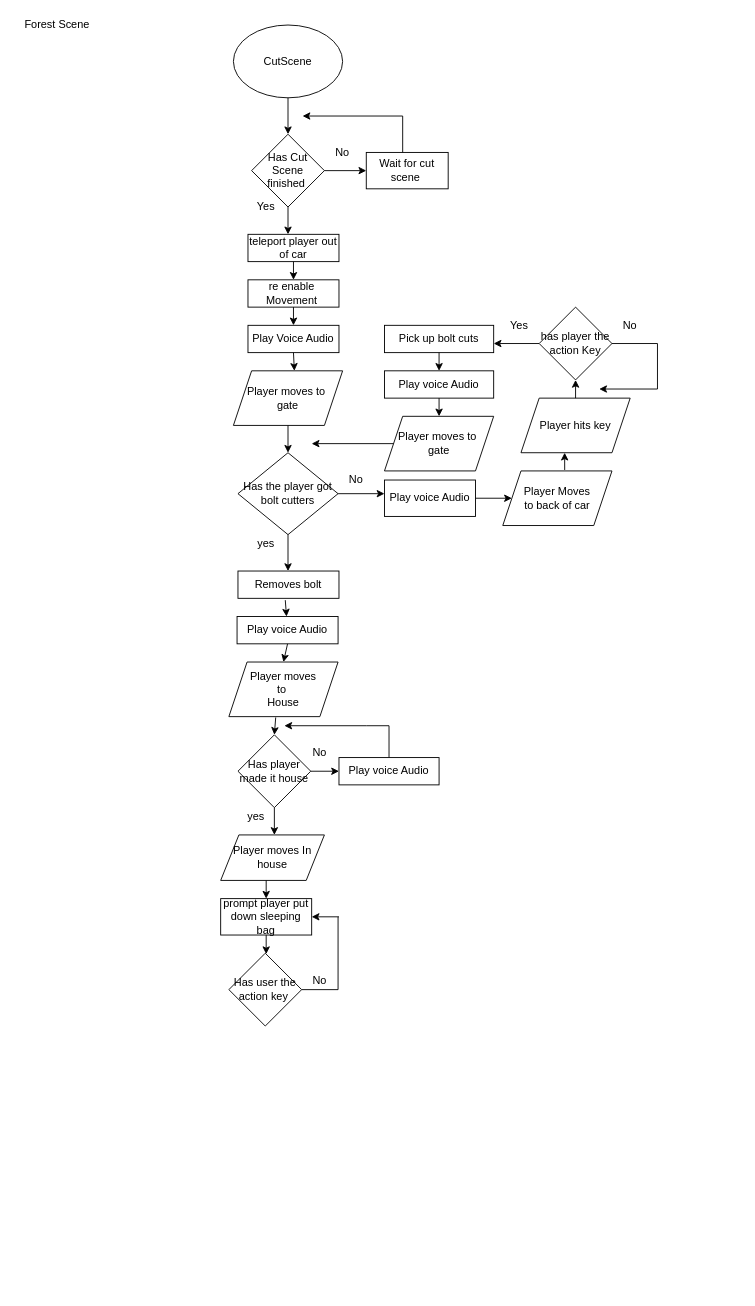
Above: page "Page-2" (2 of 2) of Untitled Diagram.drawio in bennyboy743/Walk-In-Woods-Main (draw.io), before the change. Source tidied: cells renumbered, new cells numbered last; positions are measured from the earlier drawing's top-left corner, leaving out a move shared by most shapes. Both pictures are drawn from the tidied source at 91%, with x=0, y=0 at pixel (15, 15).
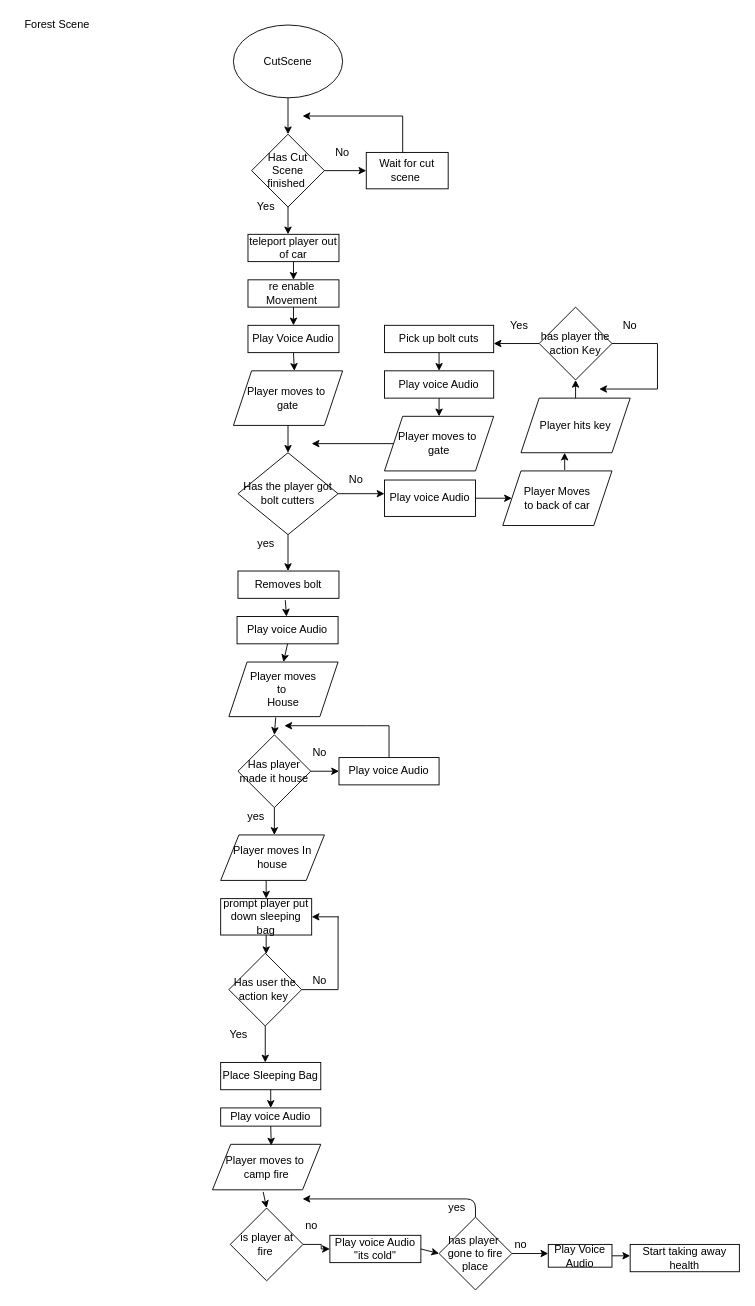
The same diagram, later.

Commit message:
added more to forest scene

Unchanged cells that the change refers to:
```xml
<mxCell id="62" value="Has user the action key&amp;nbsp;" style="rhombus;whiteSpace=wrap;html=1;" parent="1" vertex="1">
  <mxGeometry x="234" y="1030" width="80" height="80" as="geometry" />
</mxCell>
```

The edit, as a diff of the source:
```diff
@@
+    <mxCell id="67" style="endArrow=classic;html=1;exitX=0.5;exitY=1;exitDx=0;exitDy=0;" parent="1" edge="1" source="62">
+      <mxGeometry relative="1" as="geometry">
+        <mxPoint x="274" y="1150" as="targetPoint" />
+      </mxGeometry>
+    </mxCell>
+    <mxCell id="68" value="Yes" style="text;html=1;strokeColor=none;fillColor=none;align=center;verticalAlign=middle;whiteSpace=wrap;rounded=0;" parent="1" vertex="1">
+      <mxGeometry x="225" y="1110" width="40" height="20" as="geometry" />
+    </mxCell>
+    <mxCell id="69" value="Place Sleeping Bag&lt;br&gt;" style="rounded=0;whiteSpace=wrap;html=1;" parent="1" vertex="1">
+      <mxGeometry x="225" y="1150" width="110" height="30" as="geometry" />
+    </mxCell>
+    <mxCell id="70" style="endArrow=classic;html=1;exitX=0.5;exitY=1;exitDx=0;exitDy=0;" parent="1" edge="1" source="69">
+      <mxGeometry relative="1" as="geometry">
+        <mxPoint x="280" y="1200" as="targetPoint" />
+      </mxGeometry>
+    </mxCell>
+    <mxCell id="71" value="Play voice Audio" style="rounded=0;whiteSpace=wrap;html=1;" parent="1" vertex="1">
+      <mxGeometry x="225" y="1200" width="110" height="20" as="geometry" />
+    </mxCell>
+    <mxCell id="72" value="Player moves to&amp;nbsp;&lt;br&gt;camp fire" style="shape=parallelogram;perimeter=parallelogramPerimeter;whiteSpace=wrap;html=1;fixedSize=1;" parent="1" vertex="1">
+      <mxGeometry x="216" y="1240" width="119" height="50" as="geometry" />
+    </mxCell>
+    <mxCell id="73" style="endArrow=classic;html=1;exitX=0.5;exitY=1;exitDx=0;exitDy=0;entryX=0.543;entryY=0.025;entryDx=0;entryDy=0;entryPerimeter=0;" parent="1" edge="1" source="71" target="72">
+      <mxGeometry relative="1" as="geometry" />
+    </mxCell>
+    <mxCell id="74" style="edgeStyle=orthogonalEdgeStyle;rounded=0;jettySize=auto;html=1;entryX=0;entryY=0.5;entryDx=0;entryDy=0;" parent="1" edge="1" source="75" target="77">
+      <mxGeometry relative="1" as="geometry" />
+    </mxCell>
+    <mxCell id="75" value="is player at fire&amp;nbsp;" style="rhombus;whiteSpace=wrap;html=1;" parent="1" vertex="1">
+      <mxGeometry x="235.5" y="1310" width="80" height="80" as="geometry" />
+    </mxCell>
+    <mxCell id="76" value="no" style="text;html=1;strokeColor=none;fillColor=none;align=center;verticalAlign=middle;whiteSpace=wrap;rounded=0;" parent="1" vertex="1">
+      <mxGeometry x="305" y="1320" width="40" height="20" as="geometry" />
+    </mxCell>
+    <mxCell id="77" value="Play voice Audio&lt;br&gt;&quot;its cold&quot;" style="rounded=0;whiteSpace=wrap;html=1;" parent="1" vertex="1">
+      <mxGeometry x="345" y="1340" width="100" height="30" as="geometry" />
+    </mxCell>
+    <mxCell id="78" style="endArrow=classic;html=1;exitX=0.468;exitY=1.046;exitDx=0;exitDy=0;exitPerimeter=0;entryX=0.5;entryY=0;entryDx=0;entryDy=0;" parent="1" edge="1" source="72" target="75">
+      <mxGeometry relative="1" as="geometry" />
+    </mxCell>
+    <mxCell id="79" value="has player&amp;nbsp;&lt;br&gt;gone to fire place" style="rhombus;whiteSpace=wrap;html=1;" parent="1" vertex="1">
+      <mxGeometry x="465" y="1320" width="80" height="80" as="geometry" />
+    </mxCell>
+    <mxCell id="80" style="endArrow=classic;html=1;exitX=1;exitY=0.5;exitDx=0;exitDy=0;entryX=0;entryY=0.5;entryDx=0;entryDy=0;" parent="1" edge="1" source="77" target="79">
+      <mxGeometry relative="1" as="geometry" />
+    </mxCell>
+    <mxCell id="81" style="endArrow=classic;html=1;exitX=1;exitY=0.5;exitDx=0;exitDy=0;" parent="1" edge="1" source="79">
+      <mxGeometry relative="1" as="geometry">
+        <mxPoint x="585" y="1360" as="targetPoint" />
+      </mxGeometry>
+    </mxCell>
+    <mxCell id="82" value="no" style="text;html=1;strokeColor=none;fillColor=none;align=center;verticalAlign=middle;whiteSpace=wrap;rounded=0;" parent="1" vertex="1">
+      <mxGeometry x="535" y="1340" width="40" height="20" as="geometry" />
+    </mxCell>
+    <mxCell id="83" style="endArrow=classic;html=1;" parent="1" edge="1">
+      <mxGeometry relative="1" as="geometry">
+        <mxPoint x="505" y="1320" as="sourcePoint" />
+        <mxPoint x="315" y="1300" as="targetPoint" />
+        <Array as="points">
+          <mxPoint x="505" y="1300" />
+        </Array>
+      </mxGeometry>
+    </mxCell>
+    <mxCell id="84" value="yes" style="text;html=1;strokeColor=none;fillColor=none;align=center;verticalAlign=middle;whiteSpace=wrap;rounded=0;" parent="1" vertex="1">
+      <mxGeometry x="465" y="1300" width="40" height="20" as="geometry" />
+    </mxCell>
+    <mxCell id="85" style="edgeStyle=orthogonalEdgeStyle;rounded=0;jettySize=auto;html=1;" parent="1" edge="1" source="86">
+      <mxGeometry relative="1" as="geometry">
+        <mxPoint x="675" y="1362.5" as="targetPoint" />
+      </mxGeometry>
+    </mxCell>
+    <mxCell id="86" value="Play Voice Audio&lt;br&gt;" style="rounded=0;whiteSpace=wrap;html=1;" parent="1" vertex="1">
+      <mxGeometry x="585" y="1350" width="70" height="25" as="geometry" />
+    </mxCell>
+    <mxCell id="87" value="Start taking away health" style="rounded=0;whiteSpace=wrap;html=1;" parent="1" vertex="1">
+      <mxGeometry x="675" y="1350" width="120" height="30" as="geometry" />
+    </mxCell>
```
